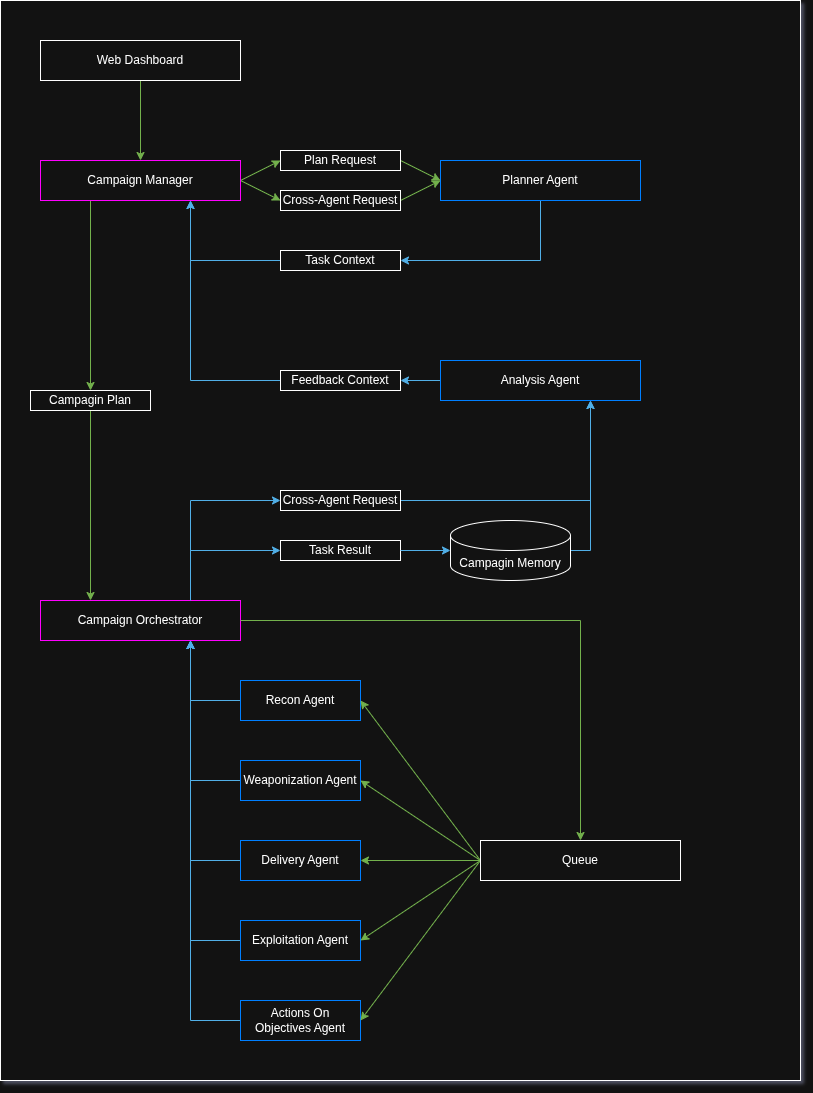
The draw.io diagram rsrc/main_workflow.png in therustymate/ARES, before a commit. Source tidied: cells renumbered, new cells last; positions are measured from the earlier drawing's top-left corner, leaving out a move shared by most shapes. Source of this version:
```xml
<mxGraphModel>
  <root>
    <mxCell id="0" />
    <mxCell id="1" parent="0" />
    <mxCell id="2" style="rounded=0;whiteSpace=wrap;html=1;" parent="1" vertex="1">
      <mxGeometry width="800" height="1080" as="geometry" />
    </mxCell>
    <mxCell id="3" style="edgeStyle=orthogonalEdgeStyle;rounded=0;jettySize=auto;html=1;exitX=0.5;exitY=1;exitDx=0;exitDy=0;entryX=0.5;entryY=0;entryDx=0;entryDy=0;fillColor=#60a917;strokeColor=#2D7600;" parent="1" edge="1" source="4" target="8">
      <mxGeometry relative="1" as="geometry" />
    </mxCell>
    <mxCell id="4" value="Web Dashboard" style="rounded=0;whiteSpace=wrap;html=1;" parent="1" vertex="1">
      <mxGeometry x="40" y="40" width="200" height="40" as="geometry" />
    </mxCell>
    <mxCell id="5" style="rounded=0;jettySize=auto;html=1;exitX=1;exitY=0.5;exitDx=0;exitDy=0;entryX=0;entryY=0.5;entryDx=0;entryDy=0;fillColor=#60a917;strokeColor=#2D7600;" parent="1" edge="1" source="8" target="10">
      <mxGeometry relative="1" as="geometry" />
    </mxCell>
    <mxCell id="6" style="rounded=0;jettySize=auto;html=1;exitX=1;exitY=0.5;exitDx=0;exitDy=0;entryX=0;entryY=0.5;entryDx=0;entryDy=0;fillColor=#60a917;strokeColor=#2D7600;" parent="1" edge="1" source="8" target="12">
      <mxGeometry relative="1" as="geometry" />
    </mxCell>
    <mxCell id="7" style="edgeStyle=orthogonalEdgeStyle;rounded=0;jettySize=auto;html=1;exitX=0.25;exitY=1;exitDx=0;exitDy=0;entryX=0.5;entryY=0;entryDx=0;entryDy=0;fillColor=#60a917;strokeColor=#2D7600;" parent="1" edge="1" source="8" target="43">
      <mxGeometry relative="1" as="geometry" />
    </mxCell>
    <mxCell id="8" value="Campaign Manager" style="rounded=0;whiteSpace=wrap;html=1;strokeColor=light-dark(#000000,#FF00FF);fillColor=none;fontColor=default;" parent="1" vertex="1">
      <mxGeometry x="40" y="160" width="200" height="40" as="geometry" />
    </mxCell>
    <mxCell id="9" style="rounded=0;jettySize=auto;html=1;exitX=1;exitY=0.5;exitDx=0;exitDy=0;entryX=0;entryY=0.5;entryDx=0;entryDy=0;fillColor=#60a917;strokeColor=#2D7600;" parent="1" edge="1" source="10" target="14">
      <mxGeometry relative="1" as="geometry" />
    </mxCell>
    <mxCell id="10" value="Plan Request" style="rounded=0;whiteSpace=wrap;html=1;" parent="1" vertex="1">
      <mxGeometry x="280" y="150" width="120" height="20" as="geometry" />
    </mxCell>
    <mxCell id="11" style="rounded=0;jettySize=auto;html=1;exitX=1;exitY=0.5;exitDx=0;exitDy=0;entryX=0;entryY=0.5;entryDx=0;entryDy=0;fillColor=#60a917;strokeColor=#2D7600;" parent="1" edge="1" source="12" target="14">
      <mxGeometry relative="1" as="geometry" />
    </mxCell>
    <mxCell id="12" value="Cross-Agent Request" style="rounded=0;whiteSpace=wrap;html=1;" parent="1" vertex="1">
      <mxGeometry x="280" y="190" width="120" height="20" as="geometry" />
    </mxCell>
    <mxCell id="13" style="edgeStyle=orthogonalEdgeStyle;rounded=0;jettySize=auto;html=1;exitX=0.5;exitY=1;exitDx=0;exitDy=0;entryX=1;entryY=0.5;entryDx=0;entryDy=0;fillColor=#1ba1e2;strokeColor=#006EAF;" parent="1" edge="1" source="14" target="16">
      <mxGeometry relative="1" as="geometry" />
    </mxCell>
    <mxCell id="14" value="Planner Agent" style="rounded=0;whiteSpace=wrap;html=1;strokeColor=light-dark(#000000,#007FFF);fillColor=default;" parent="1" vertex="1">
      <mxGeometry x="440" y="160" width="200" height="40" as="geometry" />
    </mxCell>
    <mxCell id="15" style="edgeStyle=orthogonalEdgeStyle;rounded=0;jettySize=auto;html=1;exitX=0;exitY=0.5;exitDx=0;exitDy=0;entryX=0.75;entryY=1;entryDx=0;entryDy=0;fillColor=#1ba1e2;strokeColor=#006EAF;" parent="1" edge="1" source="16" target="8">
      <mxGeometry relative="1" as="geometry" />
    </mxCell>
    <mxCell id="16" value="Task Context" style="rounded=0;whiteSpace=wrap;html=1;" parent="1" vertex="1">
      <mxGeometry x="280" y="250" width="120" height="20" as="geometry" />
    </mxCell>
    <mxCell id="17" style="edgeStyle=orthogonalEdgeStyle;rounded=0;jettySize=auto;html=1;exitX=0;exitY=0.5;exitDx=0;exitDy=0;entryX=1;entryY=0.5;entryDx=0;entryDy=0;fillColor=#1ba1e2;strokeColor=#006EAF;" parent="1" edge="1" source="18" target="20">
      <mxGeometry relative="1" as="geometry" />
    </mxCell>
    <mxCell id="18" value="Analysis Agent" style="rounded=0;whiteSpace=wrap;html=1;strokeColor=light-dark(#000000,#007FFF);fillColor=default;" parent="1" vertex="1">
      <mxGeometry x="440" y="360" width="200" height="40" as="geometry" />
    </mxCell>
    <mxCell id="19" style="edgeStyle=orthogonalEdgeStyle;rounded=0;jettySize=auto;html=1;exitX=0;exitY=0.5;exitDx=0;exitDy=0;entryX=0.75;entryY=1;entryDx=0;entryDy=0;fillColor=#1ba1e2;strokeColor=#006EAF;" parent="1" edge="1" source="20" target="8">
      <mxGeometry relative="1" as="geometry" />
    </mxCell>
    <mxCell id="20" value="Feedback Context" style="rounded=0;whiteSpace=wrap;html=1;" parent="1" vertex="1">
      <mxGeometry x="280" y="370" width="120" height="20" as="geometry" />
    </mxCell>
    <mxCell id="21" style="edgeStyle=orthogonalEdgeStyle;rounded=0;jettySize=auto;html=1;exitX=0.75;exitY=0;exitDx=0;exitDy=0;entryX=0;entryY=0.5;entryDx=0;entryDy=0;fillColor=#1ba1e2;strokeColor=#006EAF;" parent="1" edge="1" source="22" target="41">
      <mxGeometry relative="1" as="geometry" />
    </mxCell>
    <mxCell id="22" value="Campaign Orchestrator" style="rounded=0;whiteSpace=wrap;html=1;strokeColor=light-dark(#000000,#FF00FF);fillColor=default;fontColor=default;" parent="1" vertex="1">
      <mxGeometry x="40" y="600" width="200" height="40" as="geometry" />
    </mxCell>
    <mxCell id="23" style="edgeStyle=orthogonalEdgeStyle;rounded=0;jettySize=auto;html=1;exitX=0;exitY=0.5;exitDx=0;exitDy=0;entryX=0.75;entryY=1;entryDx=0;entryDy=0;fillColor=#1ba1e2;strokeColor=#006EAF;" parent="1" edge="1" source="24" target="22">
      <mxGeometry relative="1" as="geometry" />
    </mxCell>
    <mxCell id="24" value="Recon Agent" style="rounded=0;whiteSpace=wrap;html=1;strokeColor=light-dark(#000000,#007FFF);fillColor=default;" parent="1" vertex="1">
      <mxGeometry x="240" y="680" width="120" height="40" as="geometry" />
    </mxCell>
    <mxCell id="25" style="edgeStyle=orthogonalEdgeStyle;rounded=0;jettySize=auto;html=1;exitX=0;exitY=0.5;exitDx=0;exitDy=0;entryX=0.75;entryY=1;entryDx=0;entryDy=0;fillColor=#1ba1e2;strokeColor=#006EAF;" parent="1" edge="1" source="26" target="22">
      <mxGeometry relative="1" as="geometry" />
    </mxCell>
    <mxCell id="26" value="Weaponization Agent" style="rounded=0;whiteSpace=wrap;html=1;strokeColor=light-dark(#000000,#007FFF);fillColor=default;" parent="1" vertex="1">
      <mxGeometry x="240" y="760" width="120" height="40" as="geometry" />
    </mxCell>
    <mxCell id="27" style="edgeStyle=orthogonalEdgeStyle;rounded=0;jettySize=auto;html=1;exitX=0;exitY=0.5;exitDx=0;exitDy=0;entryX=0.75;entryY=1;entryDx=0;entryDy=0;fillColor=#1ba1e2;strokeColor=#006EAF;" parent="1" edge="1" source="28" target="22">
      <mxGeometry relative="1" as="geometry" />
    </mxCell>
    <mxCell id="28" value="Delivery Agent" style="rounded=0;whiteSpace=wrap;html=1;strokeColor=light-dark(#000000,#007FFF);fillColor=default;" parent="1" vertex="1">
      <mxGeometry x="240" y="840" width="120" height="40" as="geometry" />
    </mxCell>
    <mxCell id="29" style="edgeStyle=orthogonalEdgeStyle;rounded=0;jettySize=auto;html=1;exitX=0;exitY=0.5;exitDx=0;exitDy=0;entryX=0.75;entryY=1;entryDx=0;entryDy=0;fillColor=#1ba1e2;strokeColor=#006EAF;" parent="1" edge="1" source="30" target="22">
      <mxGeometry relative="1" as="geometry" />
    </mxCell>
    <mxCell id="30" value="Exploitation Agent" style="rounded=0;whiteSpace=wrap;html=1;strokeColor=light-dark(#000000,#007FFF);fillColor=default;" parent="1" vertex="1">
      <mxGeometry x="240" y="920" width="120" height="40" as="geometry" />
    </mxCell>
    <mxCell id="31" style="edgeStyle=orthogonalEdgeStyle;rounded=0;jettySize=auto;html=1;exitX=0;exitY=0.5;exitDx=0;exitDy=0;entryX=0.75;entryY=1;entryDx=0;entryDy=0;fillColor=#1ba1e2;strokeColor=#006EAF;" parent="1" edge="1" source="32" target="22">
      <mxGeometry relative="1" as="geometry" />
    </mxCell>
    <mxCell id="32" value="Actions On Objectives Agent" style="rounded=0;whiteSpace=wrap;html=1;strokeColor=light-dark(#000000,#007FFF);fillColor=default;" parent="1" vertex="1">
      <mxGeometry x="240" y="1000" width="120" height="40" as="geometry" />
    </mxCell>
    <mxCell id="33" style="rounded=0;jettySize=auto;html=1;exitX=0;exitY=0.5;exitDx=0;exitDy=0;entryX=1;entryY=0.5;entryDx=0;entryDy=0;fillColor=#60a917;strokeColor=#2D7600;" parent="1" edge="1" source="38" target="24">
      <mxGeometry relative="1" as="geometry" />
    </mxCell>
    <mxCell id="34" style="rounded=0;jettySize=auto;html=1;exitX=0;exitY=0.5;exitDx=0;exitDy=0;entryX=1;entryY=0.5;entryDx=0;entryDy=0;fillColor=#60a917;strokeColor=#2D7600;" parent="1" edge="1" source="38" target="26">
      <mxGeometry relative="1" as="geometry" />
    </mxCell>
    <mxCell id="35" style="rounded=0;jettySize=auto;html=1;exitX=0;exitY=0.5;exitDx=0;exitDy=0;entryX=1;entryY=0.5;entryDx=0;entryDy=0;fillColor=#60a917;strokeColor=#2D7600;" parent="1" edge="1" source="38" target="28">
      <mxGeometry relative="1" as="geometry" />
    </mxCell>
    <mxCell id="36" style="rounded=0;jettySize=auto;html=1;exitX=0;exitY=0.5;exitDx=0;exitDy=0;entryX=1;entryY=0.5;entryDx=0;entryDy=0;fillColor=#60a917;strokeColor=#2D7600;" parent="1" edge="1" source="38" target="30">
      <mxGeometry relative="1" as="geometry" />
    </mxCell>
    <mxCell id="37" style="rounded=0;jettySize=auto;html=1;exitX=0;exitY=0.5;exitDx=0;exitDy=0;entryX=1;entryY=0.5;entryDx=0;entryDy=0;fillColor=#60a917;strokeColor=#2D7600;" parent="1" edge="1" source="38" target="32">
      <mxGeometry relative="1" as="geometry" />
    </mxCell>
    <mxCell id="38" value="Queue" style="rounded=0;whiteSpace=wrap;html=1;" parent="1" vertex="1">
      <mxGeometry x="480" y="840" width="200" height="40" as="geometry" />
    </mxCell>
    <mxCell id="39" style="edgeStyle=orthogonalEdgeStyle;rounded=0;jettySize=auto;html=1;exitX=1;exitY=0.5;exitDx=0;exitDy=0;entryX=0.5;entryY=0;entryDx=0;entryDy=0;fillColor=#60a917;strokeColor=#2D7600;" parent="1" edge="1" source="22" target="38">
      <mxGeometry relative="1" as="geometry" />
    </mxCell>
    <mxCell id="40" style="edgeStyle=orthogonalEdgeStyle;rounded=0;jettySize=auto;html=1;exitX=1;exitY=0.5;exitDx=0;exitDy=0;entryX=0.75;entryY=1;entryDx=0;entryDy=0;fillColor=#1ba1e2;strokeColor=#006EAF;" parent="1" edge="1" source="41" target="18">
      <mxGeometry relative="1" as="geometry" />
    </mxCell>
    <mxCell id="41" value="Cross-Agent Request" style="rounded=0;whiteSpace=wrap;html=1;" parent="1" vertex="1">
      <mxGeometry x="280" y="490" width="120" height="20" as="geometry" />
    </mxCell>
    <mxCell id="42" style="edgeStyle=orthogonalEdgeStyle;rounded=0;jettySize=auto;html=1;exitX=0.5;exitY=1;exitDx=0;exitDy=0;entryX=0.25;entryY=0;entryDx=0;entryDy=0;fillColor=#60a917;strokeColor=#2D7600;" parent="1" edge="1" source="43" target="22">
      <mxGeometry relative="1" as="geometry" />
    </mxCell>
    <mxCell id="43" value="Campagin Plan" style="rounded=0;whiteSpace=wrap;html=1;rotation=0;" parent="1" vertex="1">
      <mxGeometry x="30" y="390" width="120" height="20" as="geometry" />
    </mxCell>
    <mxCell id="44" style="edgeStyle=orthogonalEdgeStyle;rounded=0;jettySize=auto;html=1;exitX=1;exitY=0.5;exitDx=0;exitDy=0;exitPerimeter=0;entryX=0.75;entryY=1;entryDx=0;entryDy=0;fillColor=#1ba1e2;strokeColor=#006EAF;" parent="1" edge="1" source="45" target="18">
      <mxGeometry relative="1" as="geometry" />
    </mxCell>
    <mxCell id="45" value="Campagin Memory" style="shape=cylinder3;whiteSpace=wrap;html=1;boundedLbl=1;backgroundOutline=1;size=15;" parent="1" vertex="1">
      <mxGeometry x="450" y="520" width="120" height="60" as="geometry" />
    </mxCell>
    <mxCell id="46" style="edgeStyle=orthogonalEdgeStyle;rounded=0;jettySize=auto;html=1;exitX=0.75;exitY=0;exitDx=0;exitDy=0;entryX=0;entryY=0.5;entryDx=0;entryDy=0;fillColor=#1ba1e2;strokeColor=#006EAF;" parent="1" edge="1" source="22" target="47">
      <mxGeometry relative="1" as="geometry" />
    </mxCell>
    <mxCell id="47" value="Task Result" style="rounded=0;whiteSpace=wrap;html=1;" parent="1" vertex="1">
      <mxGeometry x="280" y="540" width="120" height="20" as="geometry" />
    </mxCell>
    <mxCell id="48" style="edgeStyle=orthogonalEdgeStyle;rounded=0;jettySize=auto;html=1;exitX=1;exitY=0.5;exitDx=0;exitDy=0;entryX=0;entryY=0.5;entryDx=0;entryDy=0;fillColor=#1ba1e2;strokeColor=#006EAF;entryPerimeter=0;" parent="1" edge="1" source="47" target="45">
      <mxGeometry relative="1" as="geometry" />
    </mxCell>
  </root>
</mxGraphModel>
```
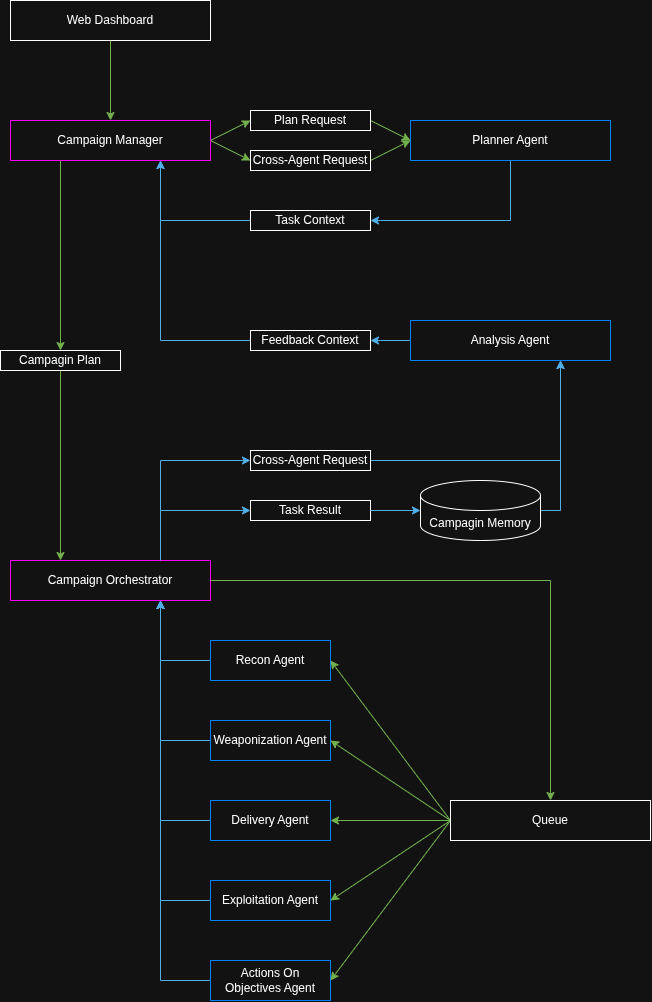
The same file after the commit.

What changed in the source:
```diff
@@ -2,9 +2,6 @@
   <root>
     <mxCell id="0" />
     <mxCell id="1" parent="0" />
-    <mxCell id="2" style="rounded=0;whiteSpace=wrap;html=1;" parent="1" vertex="1">
-      <mxGeometry width="800" height="1080" as="geometry" />
-    </mxCell>
     <mxCell id="3" style="edgeStyle=orthogonalEdgeStyle;rounded=0;jettySize=auto;html=1;exitX=0.5;exitY=1;exitDx=0;exitDy=0;entryX=0.5;entryY=0;entryDx=0;entryDy=0;fillColor=#60a917;strokeColor=#2D7600;" parent="1" edge="1" source="4" target="8">
       <mxGeometry relative="1" as="geometry" />
     </mxCell>
```
